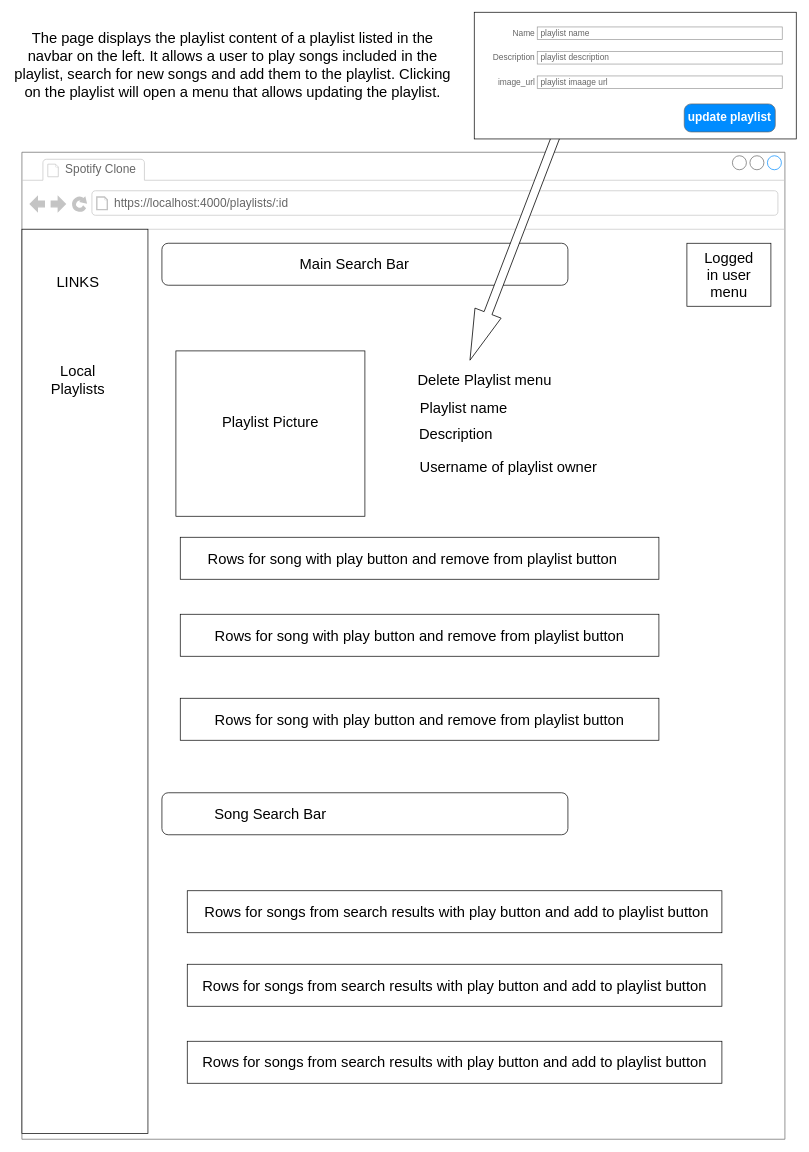
The draw.io diagram wire_frames/Local Playlists/playlists_page_wire_frame.drawio in Bambam320/Fakeify, before the edit. Source tidied: cells renumbered, new cells numbered last; positions are measured from the earlier drawing's top-left corner, leaving out a move shared by most shapes. Both pictures are drawn from the tidied source at 70%, with x=0, y=0 at pixel (-368, 12).
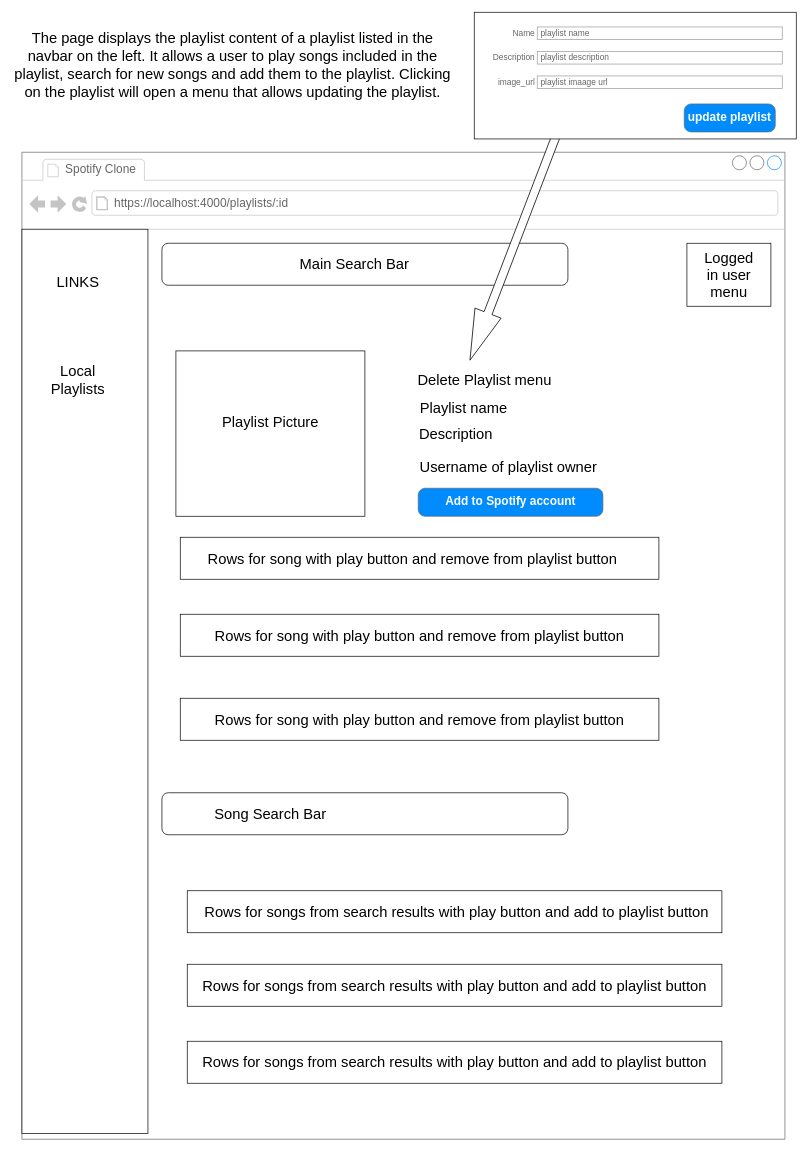
The same page after the edit.

The change refers to these unchanged cells:
```xml
<mxCell id="2" value="rt" style="strokeWidth=1;shadow=0;dashed=0;align=center;html=1;shape=mxgraph.mockup.containers.browserWindow;rSize=0;strokeColor=#666666;strokeColor2=#008cff;strokeColor3=#c4c4c4;mainText=,;" parent="1" vertex="1">
  <mxGeometry x="555.8" y="200" width="1090" height="1410" as="geometry" />
</mxCell>
```

The edit, as a diff of the source:
```diff
@@
+    <mxCell id="43" value="Add to Spotify account" style="strokeWidth=1;shadow=0;dashed=0;align=center;html=1;shape=mxgraph.mockup.buttons.button;strokeColor=#666666;fontColor=#ffffff;mainText=;buttonStyle=round;fontSize=17;fontStyle=1;fillColor=#008cff;whiteSpace=wrap;" parent="2" vertex="1">
+      <mxGeometry x="566.2" y="480" width="263.8" height="40" as="geometry" />
+    </mxCell>
```
